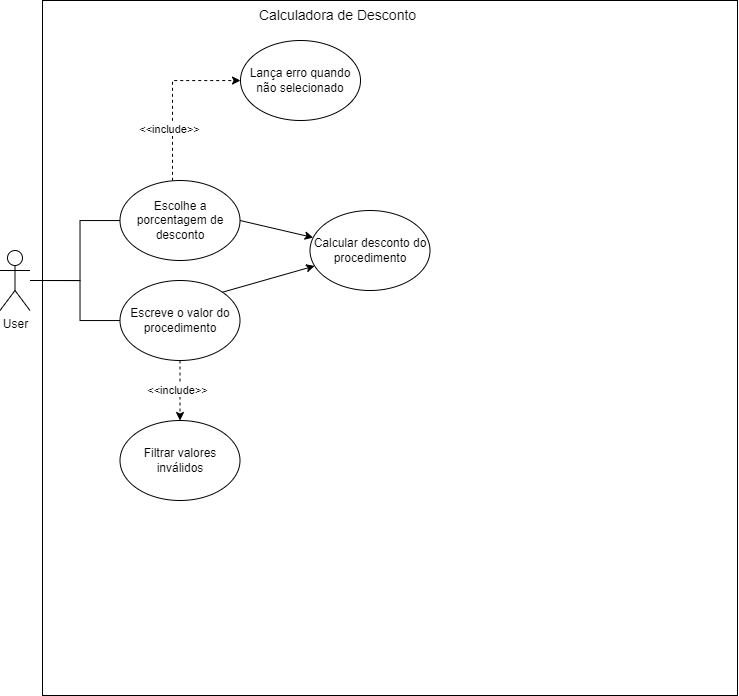
The draw.io diagram doc/userDiagram.png in Isaque-Claudino-dos-Santos/calculador_de_descontos, before a commit. Source tidied: cells renumbered, new cells last; positions are measured from the earlier drawing's top-left corner, leaving out a move shared by most shapes.
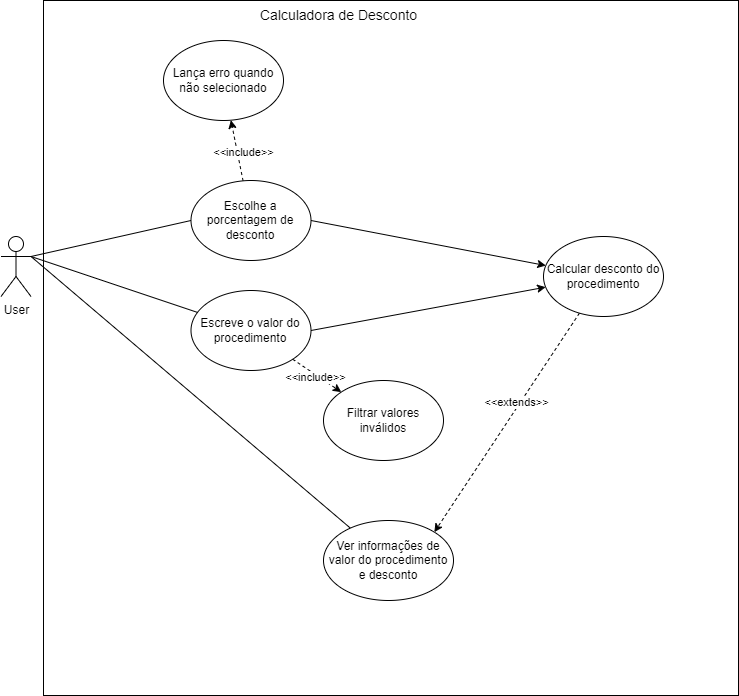
After the change.

Change to the diagram source:
```diff
@@ -1,48 +1,37 @@
-<mxGraphModel>
+<mxGraphModel background="#ffffff">
   <root>
     <mxCell id="0" />
     <mxCell id="1" parent="0" />
     <mxCell id="2" style="whiteSpace=wrap;html=1;" parent="1" vertex="1">
       <mxGeometry x="42" width="695" height="695" as="geometry" />
     </mxCell>
-    <mxCell id="3" style="edgeStyle=orthogonalEdgeStyle;rounded=0;jettySize=auto;html=1;endArrow=none;endFill=0;" parent="1" edge="1" target="9">
-      <mxGeometry relative="1" as="geometry">
-        <mxPoint x="29.5" y="280" as="sourcePoint" />
-        <Array as="points">
-          <mxPoint x="79.5" y="280" />
-          <mxPoint x="79.5" y="220" />
-        </Array>
-      </mxGeometry>
-    </mxCell>
-    <mxCell id="4" style="edgeStyle=orthogonalEdgeStyle;rounded=0;jettySize=auto;html=1;endArrow=none;endFill=0;" parent="1" edge="1" target="13">
-      <mxGeometry relative="1" as="geometry">
-        <mxPoint x="29.5" y="280" as="sourcePoint" />
-        <Array as="points">
-          <mxPoint x="79.5" y="280" />
-          <mxPoint x="79.5" y="320" />
-        </Array>
-      </mxGeometry>
-    </mxCell>
+    <mxCell id="18" style="rounded=0;jettySize=auto;html=1;exitX=1;exitY=0.3333333333333333;exitDx=0;exitDy=0;exitPerimeter=0;entryX=0;entryY=0.5;entryDx=0;entryDy=0;endArrow=none;endFill=0;" parent="1" edge="1" source="5" target="9">
+      <mxGeometry relative="1" as="geometry" />
+    </mxCell>
+    <mxCell id="19" style="rounded=0;jettySize=auto;html=1;exitX=1;exitY=0.3333333333333333;exitDx=0;exitDy=0;exitPerimeter=0;endArrow=none;endFill=0;" parent="1" edge="1" source="5" target="13">
+      <mxGeometry relative="1" as="geometry" />
+    </mxCell>
+    <mxCell id="20" style="rounded=0;jettySize=auto;html=1;exitX=1;exitY=0.3333333333333333;exitDx=0;exitDy=0;exitPerimeter=0;endArrow=none;endFill=0;" parent="1" edge="1" source="5" target="23">
+      <mxGeometry relative="1" as="geometry" />
+    </mxCell>
     <mxCell id="5" value="User&lt;br&gt;" style="shape=umlActor;verticalLabelPosition=bottom;verticalAlign=top;html=1;" parent="1" vertex="1">
-      <mxGeometry x="-0.5" y="250" width="30" height="60" as="geometry" />
+      <mxGeometry x="-0.5" y="236" width="30" height="60" as="geometry" />
     </mxCell>
     <mxCell id="6" style="rounded=0;jettySize=auto;html=1;exitX=1;exitY=0.5;exitDx=0;exitDy=0;endArrow=classic;endFill=1;" parent="1" edge="1" source="9" target="16">
       <mxGeometry relative="1" as="geometry" />
     </mxCell>
-    <mxCell id="7" style="edgeStyle=orthogonalEdgeStyle;rounded=0;jettySize=auto;html=1;dashed=1;" parent="1" edge="1" source="9" target="17">
-      <mxGeometry relative="1" as="geometry">
-        <Array as="points">
-          <mxPoint x="172" y="80" />
-        </Array>
-      </mxGeometry>
+    <mxCell id="7" style="rounded=0;jettySize=auto;html=1;dashed=1;" parent="1" edge="1" source="9" target="17">
+      <mxGeometry relative="1" as="geometry" />
     </mxCell>
     <mxCell id="8" value="&amp;lt;&amp;lt;include&amp;gt;&amp;gt;" style="edgeLabel;html=1;align=center;verticalAlign=middle;" parent="7" vertex="1">
-      <mxGeometry x="-0.39" y="3" relative="1" as="geometry" />
+      <mxGeometry x="-0.39" y="3" relative="1" as="geometry">
+        <mxPoint x="6" y="-12" as="offset" />
+      </mxGeometry>
     </mxCell>
     <mxCell id="9" value="Escolhe a porcentagem de desconto" style="ellipse;whiteSpace=wrap;html=1;" parent="1" vertex="1">
-      <mxGeometry x="119.5" y="180" width="120" height="80" as="geometry" />
+      <mxGeometry x="189.5" y="180" width="120" height="80" as="geometry" />
     </mxCell>
-    <mxCell id="10" style="rounded=0;jettySize=auto;html=1;dashed=1;edgeStyle=orthogonalEdgeStyle;" parent="1" edge="1" source="13" target="15">
+    <mxCell id="10" style="rounded=0;jettySize=auto;html=1;dashed=1;" parent="1" edge="1" source="13" target="15">
       <mxGeometry relative="1" as="geometry" />
     </mxCell>
     <mxCell id="11" value="&amp;lt;&amp;lt;include&amp;gt;&amp;gt;" style="edgeLabel;html=1;align=center;verticalAlign=middle;" parent="10" vertex="1">
@@ -50,23 +39,32 @@
         <mxPoint x="-1" y="-1" as="offset" />
       </mxGeometry>
     </mxCell>
-    <mxCell id="12" style="rounded=0;jettySize=auto;html=1;exitX=1;exitY=0;exitDx=0;exitDy=0;" parent="1" edge="1" source="13" target="16">
+    <mxCell id="12" style="rounded=0;jettySize=auto;html=1;exitX=1;exitY=0.5;exitDx=0;exitDy=0;" parent="1" edge="1" source="13" target="16">
       <mxGeometry relative="1" as="geometry" />
     </mxCell>
     <mxCell id="13" value="Escreve o valor do procedimento" style="ellipse;whiteSpace=wrap;html=1;" parent="1" vertex="1">
-      <mxGeometry x="119.5" y="280" width="120" height="80" as="geometry" />
+      <mxGeometry x="189.5" y="290" width="120" height="80" as="geometry" />
     </mxCell>
     <mxCell id="14" value="Calculadora de Desconto" style="text;html=1;strokeColor=none;fillColor=none;align=center;verticalAlign=middle;whiteSpace=wrap;rounded=0;fontSize=14;" parent="1" vertex="1">
       <mxGeometry x="244.5" width="185" height="30" as="geometry" />
     </mxCell>
     <mxCell id="15" value="Filtrar valores inválidos" style="ellipse;whiteSpace=wrap;html=1;" parent="1" vertex="1">
-      <mxGeometry x="119.5" y="420" width="120" height="80" as="geometry" />
+      <mxGeometry x="322" y="380" width="120" height="80" as="geometry" />
     </mxCell>
+    <mxCell id="21" style="rounded=0;jettySize=auto;html=1;entryX=1;entryY=0;entryDx=0;entryDy=0;dashed=1;" parent="1" edge="1" source="16" target="23">
+      <mxGeometry relative="1" as="geometry" />
+    </mxCell>
+    <mxCell id="22" value="&amp;lt;&amp;lt;extends&amp;gt;&amp;gt;" style="edgeLabel;html=1;align=center;verticalAlign=middle;" parent="21" vertex="1">
+      <mxGeometry x="-0.17" y="-4" relative="1" as="geometry" />
+    </mxCell>
     <mxCell id="16" value="Calcular desconto do procedimento" style="ellipse;whiteSpace=wrap;html=1;" parent="1" vertex="1">
-      <mxGeometry x="309.5" y="210" width="120" height="80" as="geometry" />
+      <mxGeometry x="542" y="236" width="120" height="80" as="geometry" />
     </mxCell>
     <mxCell id="17" value="Lança erro quando não selecionado" style="ellipse;whiteSpace=wrap;html=1;" parent="1" vertex="1">
-      <mxGeometry x="240" y="40" width="120" height="80" as="geometry" />
+      <mxGeometry x="162" y="40" width="120" height="80" as="geometry" />
     </mxCell>
+    <mxCell id="23" value="Ver informações de valor do procedimento e desconto" style="ellipse;whiteSpace=wrap;html=1;" parent="1" vertex="1">
+      <mxGeometry x="322" y="520" width="130" height="80" as="geometry" />
+    </mxCell>
   </root>
 </mxGraphModel>
```
